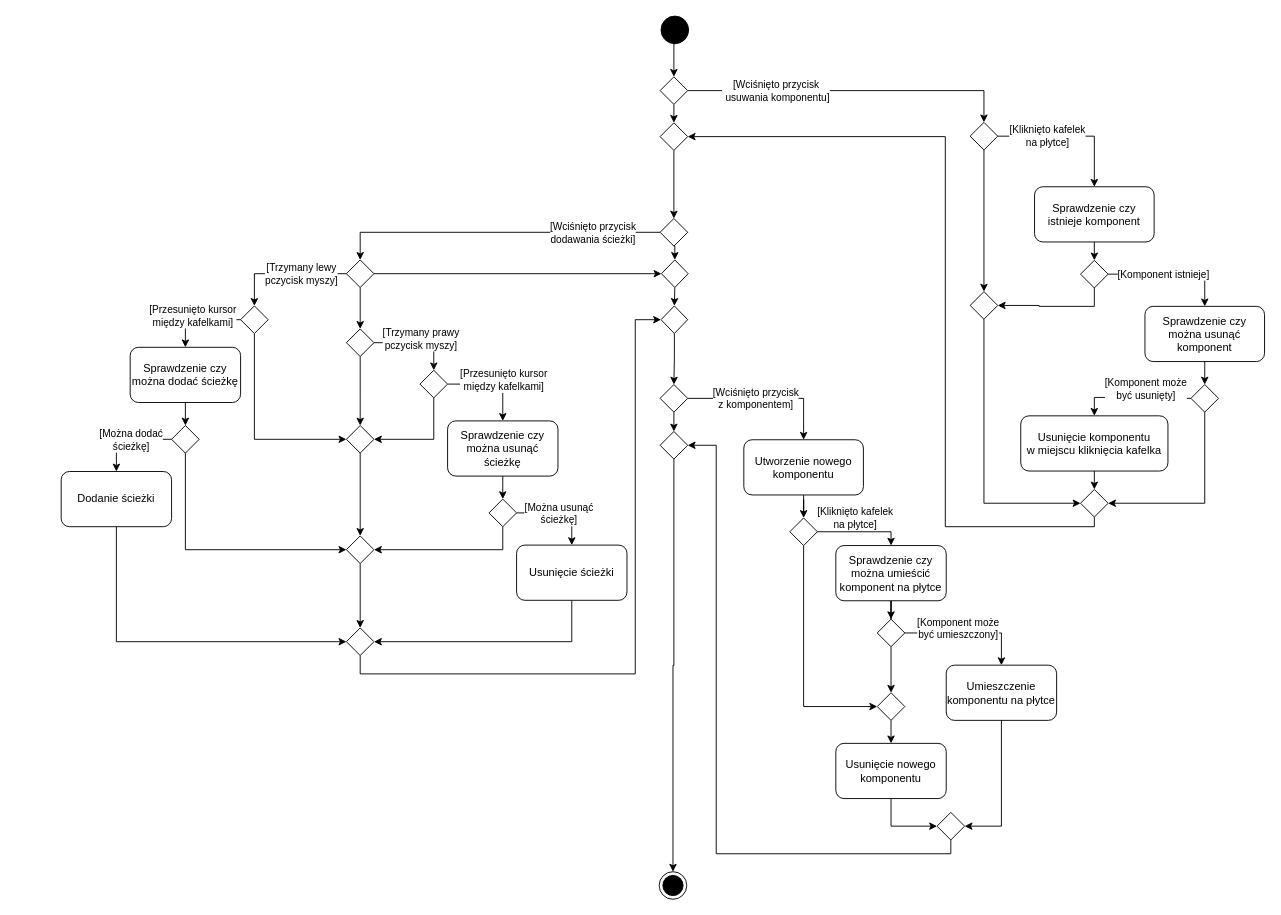
Earlier version of the draw.io diagram page "diagram_czynnosci_realizacja_poziomu" (21 of 23) of plan.drawio (bravePeer/BScThesis). Source tidied: cells renumbered, new cells numbered last; positions are measured from the earlier drawing's top-left corner, leaving out a move shared by most shapes. Both pictures are drawn from the tidied source at 92%, with x=0, y=0 at pixel (61, 16).
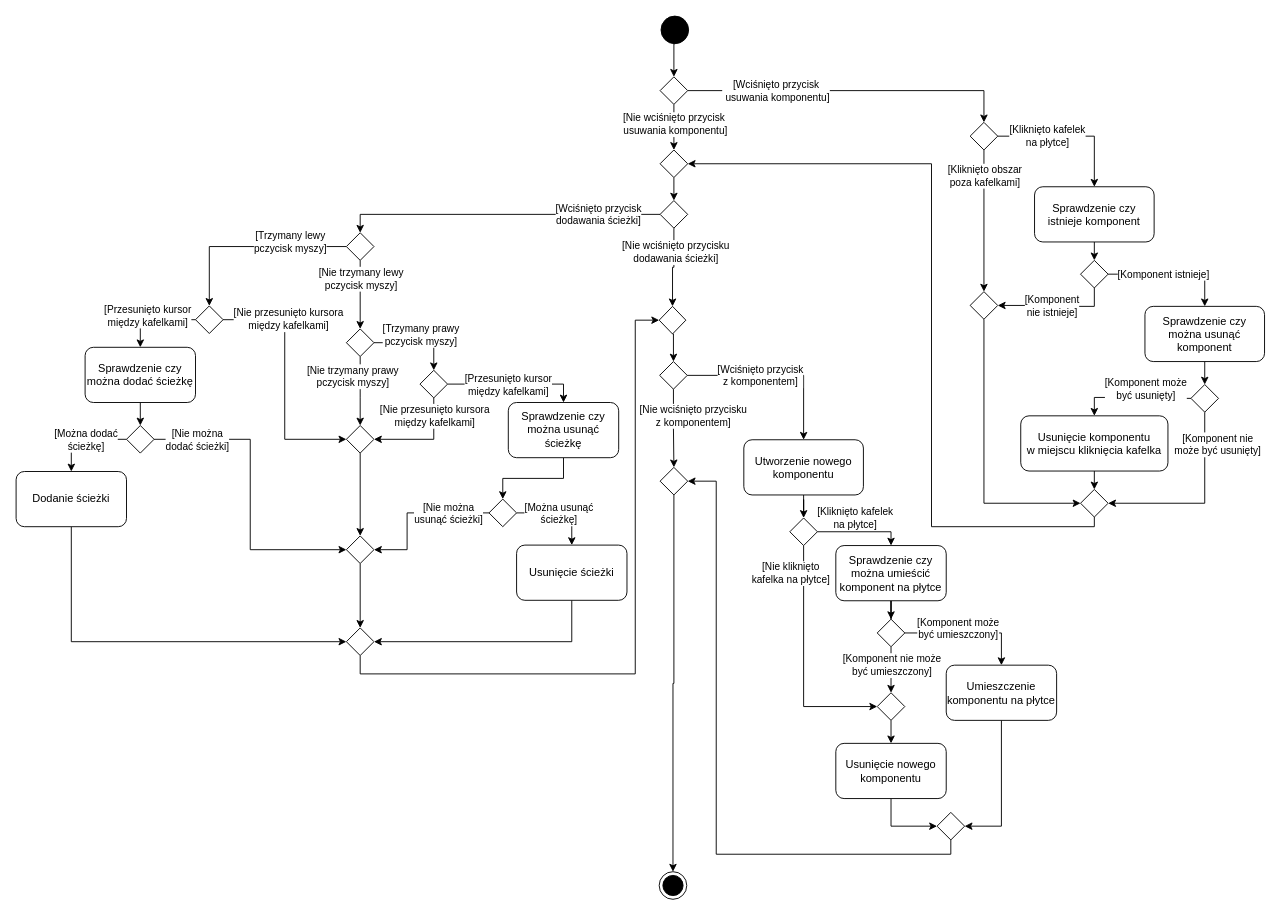
After the change.

The change refers to these unchanged cells:
```xml
<mxCell id="8" style="edgeStyle=orthogonalEdgeStyle;rounded=0;jettySize=auto;html=1;exitX=0.5;exitY=1;exitDx=0;exitDy=0;entryX=0.5;entryY=0;entryDx=0;entryDy=0;" parent="1" edge="1" source="9" target="15">
  <mxGeometry relative="1" as="geometry" />
</mxCell>
<mxCell id="12" style="edgeStyle=orthogonalEdgeStyle;rounded=0;jettySize=auto;html=1;exitX=0.5;exitY=1;exitDx=0;exitDy=0;entryX=0;entryY=0.5;entryDx=0;entryDy=0;" parent="1" edge="1" source="13" target="25">
  <mxGeometry relative="1" as="geometry" />
</mxCell>
<mxCell id="20" style="edgeStyle=orthogonalEdgeStyle;rounded=0;jettySize=auto;html=1;exitX=0.5;exitY=1;exitDx=0;exitDy=0;entryX=0.5;entryY=0;entryDx=0;entryDy=0;" parent="1" edge="1" source="21" target="25">
  <mxGeometry relative="1" as="geometry" />
</mxCell>
<mxCell id="27" style="rhombus;" parent="1" vertex="1">
  <mxGeometry x="952" y="865.5" width="30" height="30" as="geometry" />
</mxCell>
<mxCell id="38" style="edgeStyle=orthogonalEdgeStyle;rounded=0;jettySize=auto;html=1;exitX=0;exitY=0.5;exitDx=0;exitDy=0;entryX=0.5;entryY=0;entryDx=0;entryDy=0;" parent="1" edge="1" source="42" target="46">
  <mxGeometry relative="1" as="geometry" />
</mxCell>
<mxCell id="40" style="edgeStyle=orthogonalEdgeStyle;rounded=0;jettySize=auto;html=1;exitX=0.5;exitY=1;exitDx=0;exitDy=0;entryX=0.5;entryY=0;entryDx=0;entryDy=0;" parent="1" edge="1" source="42" target="50">
  <mxGeometry relative="1" as="geometry" />
</mxCell>
<mxCell id="47" style="edgeStyle=orthogonalEdgeStyle;rounded=0;jettySize=auto;html=1;exitX=1;exitY=0.5;exitDx=0;exitDy=0;entryX=0.5;entryY=0;entryDx=0;entryDy=0;" parent="1" edge="1" source="50" target="62">
  <mxGeometry relative="1" as="geometry" />
</mxCell>
<mxCell id="49" style="edgeStyle=orthogonalEdgeStyle;rounded=0;jettySize=auto;html=1;exitX=0.5;exitY=1;exitDx=0;exitDy=0;entryX=0.5;entryY=0;entryDx=0;entryDy=0;" parent="1" edge="1" source="50" target="68">
  <mxGeometry relative="1" as="geometry">
    <Array as="points">
      <mxPoint x="325" y="415" />
      <mxPoint x="325" y="415" />
    </Array>
  </mxGeometry>
</mxCell>
<mxCell id="59" style="edgeStyle=orthogonalEdgeStyle;rounded=0;jettySize=auto;html=1;exitX=1;exitY=0.5;exitDx=0;exitDy=0;entryX=0.5;entryY=0;entryDx=0;entryDy=0;" parent="1" edge="1" source="62" target="56">
  <mxGeometry relative="1" as="geometry" />
</mxCell>
<mxCell id="61" style="edgeStyle=orthogonalEdgeStyle;rounded=0;jettySize=auto;html=1;exitX=0.5;exitY=1;exitDx=0;exitDy=0;entryX=1;entryY=0.5;entryDx=0;entryDy=0;" parent="1" edge="1" source="62" target="68">
  <mxGeometry relative="1" as="geometry" />
</mxCell>
<mxCell id="66" style="rhombus;" parent="1" vertex="1">
  <mxGeometry x="465" y="525" width="30" height="30" as="geometry" />
</mxCell>
<mxCell id="68" style="rhombus;" parent="1" vertex="1">
  <mxGeometry x="310" y="445" width="30" height="30" as="geometry" />
</mxCell>
<mxCell id="70" style="rhombus;" parent="1" vertex="1">
  <mxGeometry x="310" y="565" width="30" height="30" as="geometry" />
</mxCell>
<mxCell id="79" style="edgeStyle=orthogonalEdgeStyle;rounded=0;jettySize=auto;html=1;exitX=0.5;exitY=1;exitDx=0;exitDy=0;entryX=0.5;entryY=0;entryDx=0;entryDy=0;" parent="1" edge="1" source="80" target="100">
  <mxGeometry relative="1" as="geometry" />
</mxCell>
<mxCell id="83" style="edgeStyle=orthogonalEdgeStyle;rounded=0;jettySize=auto;html=1;exitX=0.5;exitY=1;exitDx=0;exitDy=0;entryX=0.5;entryY=0;entryDx=0;entryDy=0;" parent="1" edge="1" source="84" target="104">
  <mxGeometry relative="1" as="geometry" />
</mxCell>
<mxCell id="93" style="edgeStyle=orthogonalEdgeStyle;rounded=0;jettySize=auto;html=1;exitX=0.5;exitY=1;exitDx=0;exitDy=0;entryX=1;entryY=0.5;entryDx=0;entryDy=0;" parent="1" edge="1" source="94" target="104">
  <mxGeometry relative="1" as="geometry" />
</mxCell>
<mxCell id="97" style="edgeStyle=orthogonalEdgeStyle;rounded=0;jettySize=auto;html=1;exitX=0.5;exitY=1;exitDx=0;exitDy=0;entryX=1;entryY=0.5;entryDx=0;entryDy=0;" parent="1" edge="1" source="98" target="102">
  <mxGeometry relative="1" as="geometry" />
</mxCell>
<mxCell id="102" style="rhombus;" parent="1" vertex="1">
  <mxGeometry x="1108" y="514.5" width="30" height="30" as="geometry" />
</mxCell>
```

Change to the diagram source:
```diff
@@
+    <mxCell id="106" value="[Nie wciśnięto przycisku&lt;br style=&quot;border-color: var(--border-color);&quot;&gt;z komponentem]" style="edgeLabel;html=1;align=center;verticalAlign=middle;" parent="8" vertex="1">
+      <mxGeometry x="-0.67" y="-1" relative="1" as="geometry">
+        <mxPoint x="22" y="15" as="offset" />
+      </mxGeometry>
+    </mxCell>
     <mxCell id="9" style="rhombus;" parent="1" vertex="1">
-      <mxGeometry x="651" y="400.5" width="30" height="30" as="geometry" />
+      <mxGeometry x="650.5" y="375.5" width="30" height="30" as="geometry" />
     </mxCell>
@@
+    <mxCell id="107" value="[Nie kliknięto &lt;br&gt;kafelka na płytce]" style="edgeLabel;html=1;align=center;verticalAlign=middle;" parent="12" vertex="1">
+      <mxGeometry x="-0.77" y="-2" relative="1" as="geometry">
+        <mxPoint x="-13" y="1" as="offset" />
+      </mxGeometry>
+    </mxCell>
@@
     <mxCell id="15" style="rhombus;" parent="1" vertex="1">
-      <mxGeometry x="651" y="451.5" width="30" height="30" as="geometry" />
+      <mxGeometry x="651" y="490.5" width="30" height="30" as="geometry" />
     </mxCell>
@@
+    <mxCell id="108" value="[Komponent nie może&lt;br style=&quot;border-color: var(--border-color);&quot;&gt;być umieszczony]" style="edgeLabel;html=1;align=center;verticalAlign=middle;" parent="20" vertex="1">
+      <mxGeometry x="-0.55" y="-1" relative="1" as="geometry">
+        <mxPoint x="1" y="9" as="offset" />
+      </mxGeometry>
+    </mxCell>
@@
     <mxCell id="26" style="edgeStyle=orthogonalEdgeStyle;rounded=0;jettySize=auto;html=1;exitX=0.5;exitY=1;exitDx=0;exitDy=0;entryX=1;entryY=0.5;entryDx=0;entryDy=0;" parent="1" edge="1" source="27" target="15">
       <mxGeometry relative="1" as="geometry">
         <Array as="points">
-          <mxPoint x="967" y="910.5" />
-          <mxPoint x="712" y="910.5" />
-          <mxPoint x="712" y="466.5" />
+          <mxPoint x="967" y="911" />
+          <mxPoint x="712" y="911" />
+          <mxPoint x="712" y="506" />
+          <mxPoint x="681" y="506" />
         </Array>
       </mxGeometry>
     </mxCell>
@@
-    <mxCell id="30" style="edgeStyle=orthogonalEdgeStyle;rounded=0;jettySize=auto;html=1;exitX=0.5;exitY=1;exitDx=0;exitDy=0;entryX=0.5;entryY=0;entryDx=0;entryDy=0;" parent="1" edge="1" source="31" target="72">
+    <mxCell id="30" style="edgeStyle=orthogonalEdgeStyle;rounded=0;jettySize=auto;html=1;exitX=0.5;exitY=1;exitDx=0;exitDy=0;entryX=0.5;entryY=0;entryDx=0;entryDy=0;" parent="1" edge="1" source="31" target="76">
       <mxGeometry relative="1" as="geometry" />
     </mxCell>
+    <mxCell id="109" value="[Nie wciśnięto przycisku&lt;br style=&quot;border-color: var(--border-color);&quot;&gt;dodawania ścieżki]" style="edgeLabel;html=1;align=center;verticalAlign=middle;" parent="30" vertex="1">
+      <mxGeometry x="-0.47" y="3" relative="1" as="geometry">
+        <mxPoint x="-2" y="3" as="offset" />
+      </mxGeometry>
+    </mxCell>
     <mxCell id="31" style="rhombus;" parent="1" vertex="1">
-      <mxGeometry x="651" y="220" width="30" height="30" as="geometry" />
+      <mxGeometry x="651" y="200.5" width="30" height="30" as="geometry" />
     </mxCell>
@@
     <mxCell id="35" value="Sprawdzenie czy można dodać ścieżkę" style="rounded=1;whiteSpace=wrap;html=1;" parent="1" vertex="1">
-      <mxGeometry x="75" y="360" width="120" height="60" as="geometry" />
+      <mxGeometry x="26" y="360" width="120" height="60" as="geometry" />
     </mxCell>
@@
     <mxCell id="37" value="Dodanie ścieżki" style="rounded=1;whiteSpace=wrap;html=1;" parent="1" vertex="1">
-      <mxGeometry y="495" width="120" height="60" as="geometry" />
+      <mxGeometry x="-49" y="495" width="120" height="60" as="geometry" />
     </mxCell>
@@
     <mxCell id="39" value="[Trzymany lewy&lt;br&gt;pczycisk myszy]" style="edgeLabel;html=1;align=center;verticalAlign=middle;" parent="38" vertex="1">
       <mxGeometry x="-0.18" y="4" relative="1" as="geometry">
-        <mxPoint x="5" y="-4" as="offset" />
+        <mxPoint x="26" y="-9" as="offset" />
       </mxGeometry>
     </mxCell>
@@
-    <mxCell id="41" style="edgeStyle=orthogonalEdgeStyle;rounded=0;jettySize=auto;html=1;exitX=1;exitY=0.5;exitDx=0;exitDy=0;entryX=0;entryY=0.5;entryDx=0;entryDy=0;" parent="1" edge="1" source="42" target="72">
-      <mxGeometry relative="1" as="geometry" />
-    </mxCell>
+    <mxCell id="110" value="[Nie trzymany lewy&lt;br style=&quot;border-color: var(--border-color);&quot;&gt;pczycisk myszy]" style="edgeLabel;html=1;align=center;verticalAlign=middle;" parent="40" vertex="1">
+      <mxGeometry x="-0.54" y="-1" relative="1" as="geometry">
+        <mxPoint x="1" y="3" as="offset" />
+      </mxGeometry>
+    </mxCell>
     <mxCell id="42" style="rhombus;" parent="1" vertex="1">
-      <mxGeometry x="310" y="265" width="30" height="30" as="geometry" />
+      <mxGeometry x="310" y="235.5" width="30" height="30" as="geometry" />
     </mxCell>
@@
-    <mxCell id="45" style="edgeStyle=orthogonalEdgeStyle;rounded=0;jettySize=auto;html=1;exitX=0.5;exitY=1;exitDx=0;exitDy=0;entryX=0;entryY=0.5;entryDx=0;entryDy=0;" parent="1" edge="1" source="46" target="68">
+    <mxCell id="45" style="edgeStyle=orthogonalEdgeStyle;rounded=0;jettySize=auto;html=1;exitX=1;exitY=0.5;exitDx=0;exitDy=0;entryX=0;entryY=0.5;entryDx=0;entryDy=0;" parent="1" edge="1" source="46" target="68">
       <mxGeometry relative="1" as="geometry" />
     </mxCell>
+    <mxCell id="111" value="[Nie przesunięto kursora&lt;br style=&quot;border-color: var(--border-color);&quot;&gt;między kafelkami]" style="edgeLabel;html=1;align=center;verticalAlign=middle;" parent="45" vertex="1">
+      <mxGeometry x="-0.83" y="3" relative="1" as="geometry">
+        <mxPoint x="48" y="2" as="offset" />
+      </mxGeometry>
+    </mxCell>
     <mxCell id="46" style="rhombus;" parent="1" vertex="1">
-      <mxGeometry x="195" y="315" width="30" height="30" as="geometry" />
+      <mxGeometry x="146" y="315" width="30" height="30" as="geometry" />
     </mxCell>
@@
     <mxCell id="48" value="[Trzymany prawy&lt;br style=&quot;border-color: var(--border-color);&quot;&gt;pczycisk myszy]" style="edgeLabel;html=1;align=center;verticalAlign=middle;" parent="47" vertex="1">
       <mxGeometry x="-0.66" relative="1" as="geometry">
-        <mxPoint x="34" y="-5" as="offset" />
+        <mxPoint x="34" y="-9" as="offset" />
       </mxGeometry>
     </mxCell>
@@
+    <mxCell id="112" value="[Nie trzymany prawy&lt;br style=&quot;border-color: var(--border-color);&quot;&gt;pczycisk myszy]" style="edgeLabel;html=1;align=center;verticalAlign=middle;" parent="49" vertex="1">
+      <mxGeometry x="-0.6" y="1" relative="1" as="geometry">
+        <mxPoint x="-10" y="6" as="offset" />
+      </mxGeometry>
+    </mxCell>
@@
-    <mxCell id="53" style="edgeStyle=orthogonalEdgeStyle;rounded=0;jettySize=auto;html=1;exitX=0.5;exitY=1;exitDx=0;exitDy=0;entryX=0;entryY=0.5;entryDx=0;entryDy=0;" parent="1" edge="1" source="54" target="70">
+    <mxCell id="53" style="edgeStyle=orthogonalEdgeStyle;rounded=0;jettySize=auto;html=1;exitX=1;exitY=0.5;exitDx=0;exitDy=0;entryX=0;entryY=0.5;entryDx=0;entryDy=0;" parent="1" edge="1" source="54" target="70">
       <mxGeometry relative="1" as="geometry" />
     </mxCell>
+    <mxCell id="113" value="[Nie można &lt;br&gt;dodać ścieżki]" style="edgeLabel;html=1;align=center;verticalAlign=middle;" parent="53" vertex="1">
+      <mxGeometry x="-0.64" y="2" relative="1" as="geometry">
+        <mxPoint x="-13" y="2" as="offset" />
+      </mxGeometry>
+    </mxCell>
     <mxCell id="54" style="rhombus;" parent="1" vertex="1">
-      <mxGeometry x="120" y="445" width="30" height="30" as="geometry" />
+      <mxGeometry x="71" y="445" width="30" height="30" as="geometry" />
     </mxCell>
@@
     <mxCell id="56" value="Sprawdzenie czy można usunąć ścieżkę" style="rounded=1;whiteSpace=wrap;html=1;" parent="1" vertex="1">
-      <mxGeometry x="420" y="440" width="120" height="60" as="geometry" />
+      <mxGeometry x="486" y="420" width="120" height="60" as="geometry" />
     </mxCell>
@@
     <mxCell id="60" value="[Przesunięto kursor&lt;br&gt;między kafelkami]" style="edgeLabel;html=1;align=center;verticalAlign=middle;" parent="59" vertex="1">
       <mxGeometry x="-0.42" y="-2" relative="1" as="geometry">
-        <mxPoint x="31" y="-7" as="offset" />
+        <mxPoint x="23" y="-2" as="offset" />
       </mxGeometry>
     </mxCell>
@@
+    <mxCell id="114" value="[Nie przesunięto kursora&lt;br style=&quot;border-color: var(--border-color);&quot;&gt;między kafelkami]" style="edgeLabel;html=1;align=center;verticalAlign=middle;" parent="61" vertex="1">
+      <mxGeometry x="0.1" y="-1" relative="1" as="geometry">
+        <mxPoint x="16" y="-25" as="offset" />
+      </mxGeometry>
+    </mxCell>
@@
-    <mxCell id="65" style="edgeStyle=orthogonalEdgeStyle;rounded=0;jettySize=auto;html=1;exitX=0.5;exitY=1;exitDx=0;exitDy=0;entryX=1;entryY=0.5;entryDx=0;entryDy=0;" parent="1" edge="1" source="66" target="70">
-      <mxGeometry relative="1" as="geometry" />
+    <mxCell id="65" style="edgeStyle=orthogonalEdgeStyle;rounded=0;jettySize=auto;html=1;exitX=0;exitY=0.5;exitDx=0;exitDy=0;entryX=1;entryY=0.5;entryDx=0;entryDy=0;" parent="1" edge="1" source="66" target="70">
+      <mxGeometry relative="1" as="geometry">
+        <Array as="points">
+          <mxPoint x="376" y="540" />
+          <mxPoint x="376" y="580" />
+        </Array>
+      </mxGeometry>
     </mxCell>
+    <mxCell id="115" value="[Nie można &lt;br&gt;usunąć ścieżki]" style="edgeLabel;html=1;align=center;verticalAlign=middle;" parent="65" vertex="1">
+      <mxGeometry x="-0.26" y="-3" relative="1" as="geometry">
+        <mxPoint x="16" y="3" as="offset" />
+      </mxGeometry>
+    </mxCell>
@@
-    <mxCell id="71" style="edgeStyle=orthogonalEdgeStyle;rounded=0;jettySize=auto;html=1;exitX=0.5;exitY=1;exitDx=0;exitDy=0;entryX=0.5;entryY=0;entryDx=0;entryDy=0;" parent="1" edge="1" source="72" target="76">
-      <mxGeometry relative="1" as="geometry" />
-    </mxCell>
-    <mxCell id="72" style="rhombus;" parent="1" vertex="1">
-      <mxGeometry x="652.5" y="265" width="29" height="30" as="geometry" />
-    </mxCell>
@@
     <mxCell id="76" style="rhombus;" parent="1" vertex="1">
-      <mxGeometry x="652" y="315" width="29" height="30" as="geometry" />
+      <mxGeometry x="650" y="315.5" width="29" height="30" as="geometry" />
     </mxCell>
@@
+    <mxCell id="116" value="[Nie wciśnięto przycisk&lt;br style=&quot;border-color: var(--border-color);&quot;&gt;&amp;nbsp;usuwania komponentu]" style="edgeLabel;html=1;align=center;verticalAlign=middle;" parent="79" vertex="1">
+      <mxGeometry x="-0.3" y="-2" relative="1" as="geometry">
+        <mxPoint x="1" y="4" as="offset" />
+      </mxGeometry>
+    </mxCell>
@@
+    <mxCell id="117" value="[Kliknięto obszar&lt;br&gt;poza kafelkami]" style="edgeLabel;html=1;align=center;verticalAlign=middle;" parent="83" vertex="1">
+      <mxGeometry x="-0.63" relative="1" as="geometry" />
+    </mxCell>
@@
+    <mxCell id="118" value="[Komponent &lt;br&gt;nie istnieje]" style="edgeLabel;html=1;align=center;verticalAlign=middle;" parent="93" vertex="1">
+      <mxGeometry x="0.19" y="-2" relative="1" as="geometry">
+        <mxPoint x="8" y="1" as="offset" />
+      </mxGeometry>
+    </mxCell>
@@
+    <mxCell id="119" value="[Komponent nie &lt;br&gt;może być usunięty]" style="edgeLabel;html=1;align=center;verticalAlign=middle;" parent="97" vertex="1">
+      <mxGeometry x="-0.68" y="-1" relative="1" as="geometry">
+        <mxPoint x="14" y="2" as="offset" />
+      </mxGeometry>
+    </mxCell>
@@
     <mxCell id="100" style="rhombus;" parent="1" vertex="1">
-      <mxGeometry x="651" y="116" width="30" height="30" as="geometry" />
+      <mxGeometry x="651" y="145.5" width="30" height="30" as="geometry" />
     </mxCell>
     <mxCell id="101" style="edgeStyle=orthogonalEdgeStyle;rounded=0;jettySize=auto;html=1;exitX=0.5;exitY=1;exitDx=0;exitDy=0;entryX=1;entryY=0.5;entryDx=0;entryDy=0;" parent="1" edge="1" source="102" target="100">
       <mxGeometry relative="1" as="geometry">
         <Array as="points">
           <mxPoint x="1123" y="555" />
-          <mxPoint x="961" y="555" />
-          <mxPoint x="961" y="131" />
+          <mxPoint x="946" y="555" />
+          <mxPoint x="946" y="161" />
         </Array>
       </mxGeometry>
     </mxCell>
```
